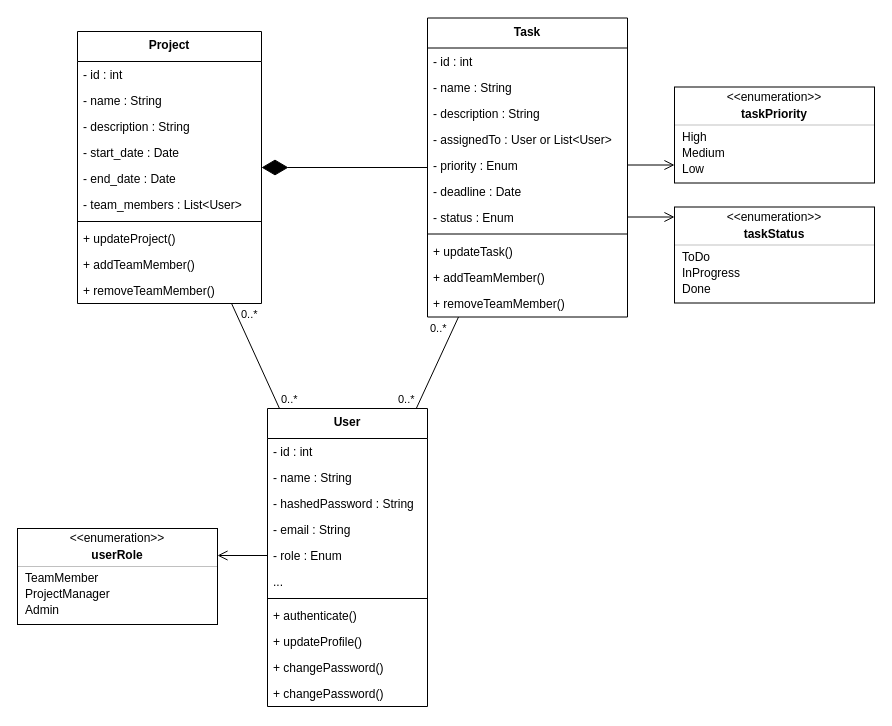
Above: Documents/UML/Class Diagrams/class_diagram.drawio in Triomphh/coman (draw.io), before the change. Source tidied: cells renumbered, new cells numbered last; positions are measured from the earlier drawing's top-left corner, leaving out a move shared by most shapes. Both pictures are drawn from the tidied source at 100%, with x=0, y=0 at pixel (17, 18).
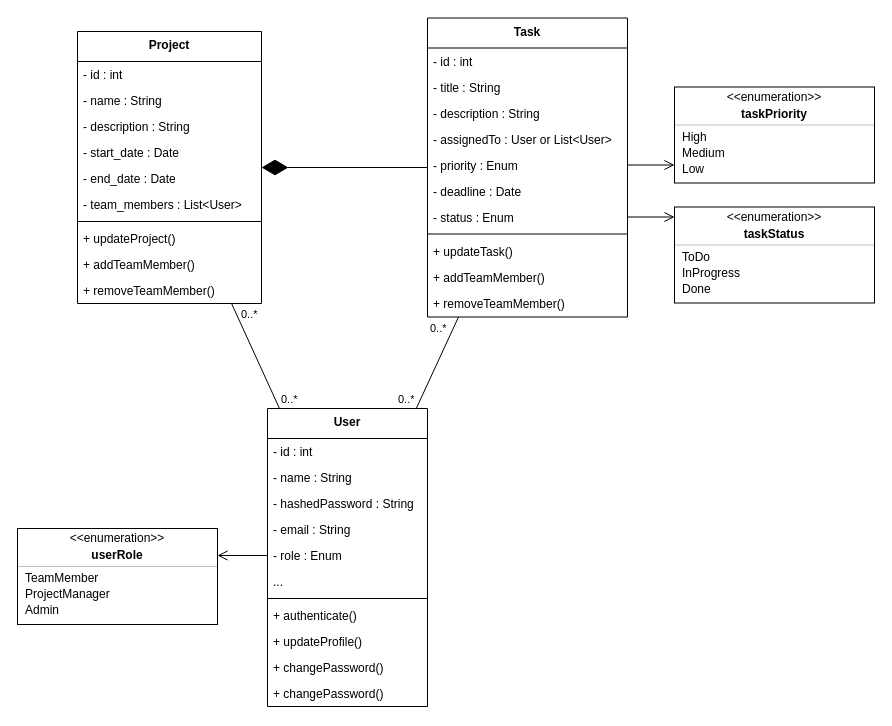
After the change.

Unchanged cells that the change refers to:
```xml
<mxCell id="34" value="Task" style="swimlane;fontStyle=1;align=center;verticalAlign=top;horizontal=1;startSize=30;rounded=0;shadow=0;strokeWidth=1;" parent="1" vertex="1">
  <mxGeometry x="410" y="-0.5" width="200" height="299" as="geometry" />
</mxCell>
```

Change to the diagram source:
```diff
@@
-    <mxCell id="36" value="- name : String" style="text;align=left;verticalAlign=top;spacingLeft=4;spacingRight=4;overflow=hidden;" parent="34" vertex="1">
+    <mxCell id="36" value="- title : String" style="text;align=left;verticalAlign=top;spacingLeft=4;spacingRight=4;overflow=hidden;" parent="34" vertex="1">
       <mxGeometry y="56" width="200" height="26" as="geometry" />
     </mxCell>
```
